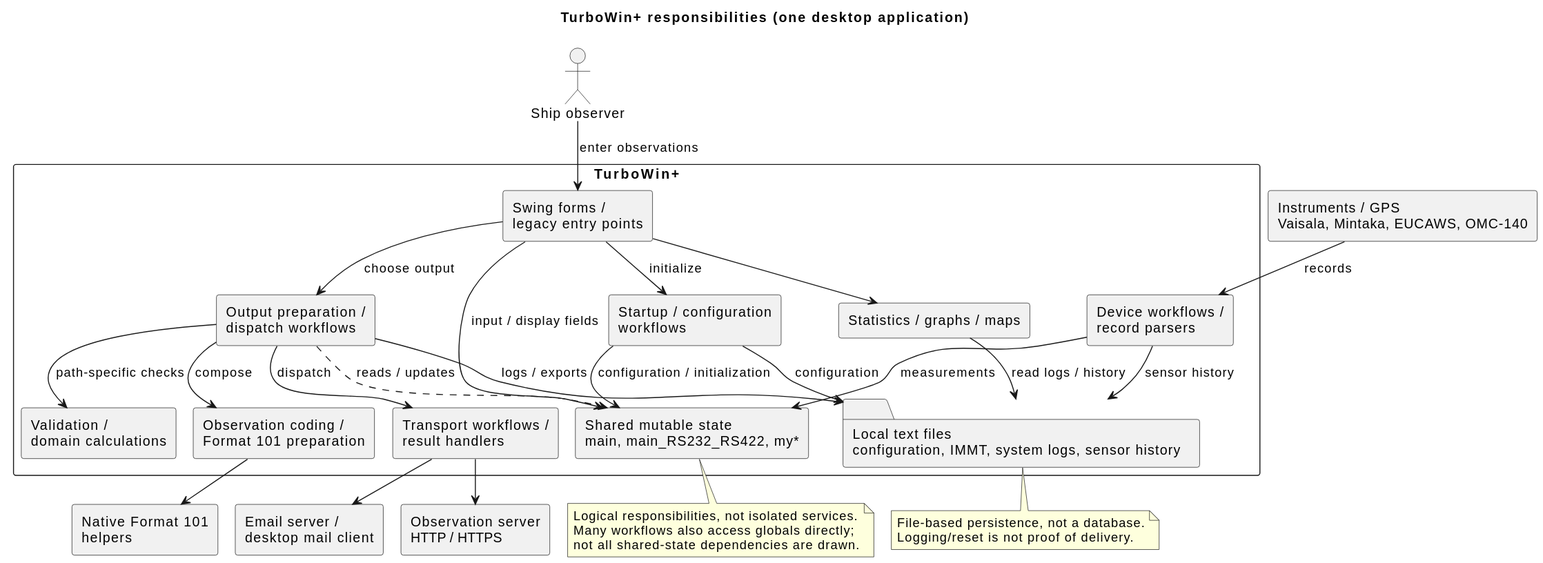
Earlier version of the PlantUML export documentation/images/05_building_block_view.svg (DeutscherWetterdienst/turbowin).
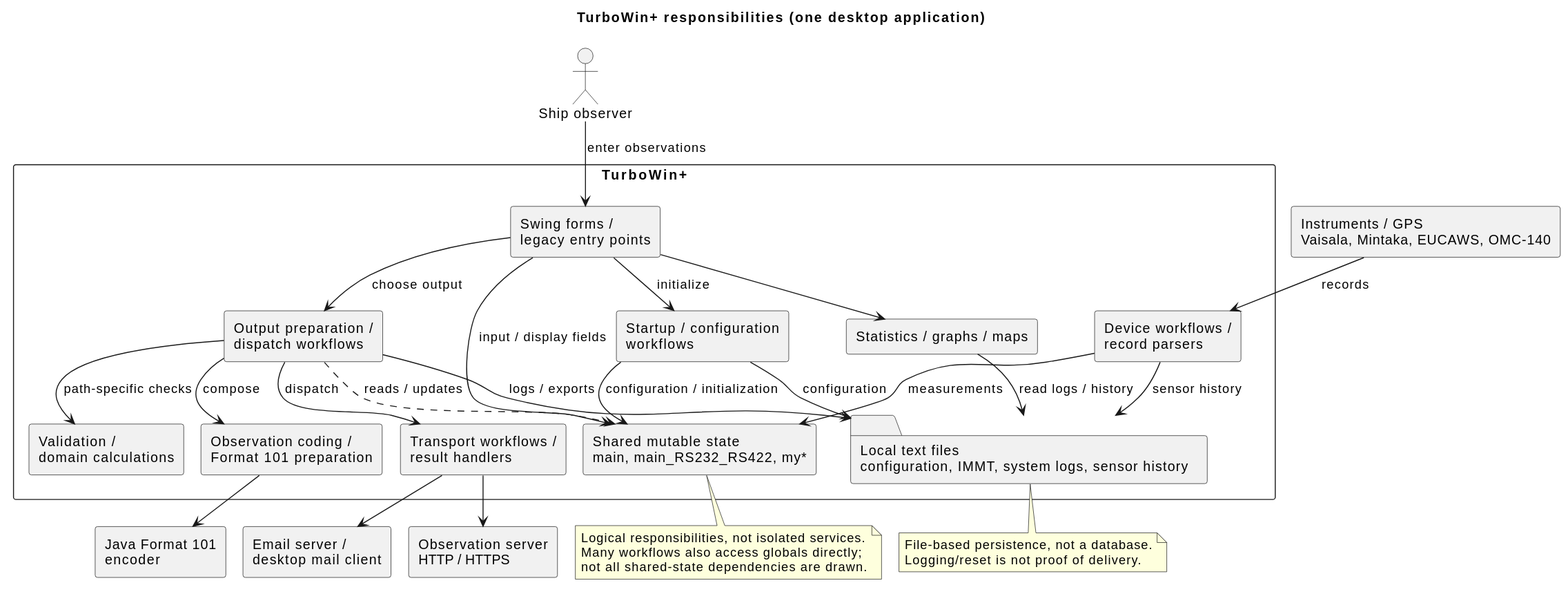
After the commit.

Commit message:
Describe Java-only format 101 runtime

Diff of the diagram source:
```diff
@@ -8,7 +8,7 @@
 component "Instruments / GPS\nVaisala, Mintaka, EUCAWS, OMC-140" as Sensors
 component "Email server /\ndesktop mail client" as Email
 component "Observation server\nHTTP / HTTPS" as HTTP
-component "Native Format 101\nhelpers" as Native
+component "Java Format 101\nencoder" as Format101
 
 component "TurboWin+" as TurboWin {
   component "Swing forms /\nlegacy entry points" as UI
@@ -41,7 +41,7 @@
 Views --> Files : read logs / history
 Transport --> Email
 Transport --> HTTP
-Coding --> Native
+Coding --> Format101
 
 note bottom of State
   Logical responsibilities, not isolated services.
```
